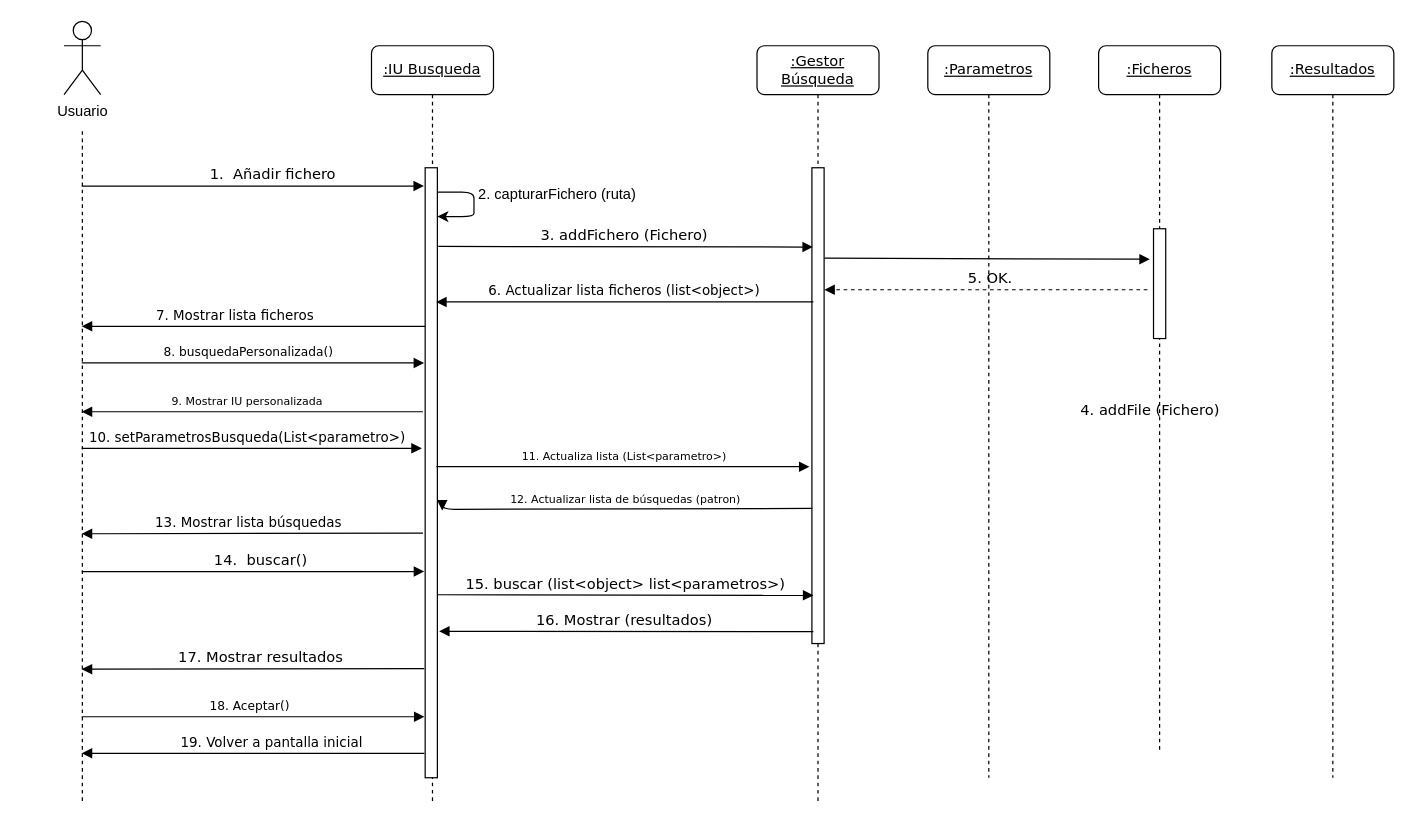
The draw.io diagram Sprint 1/caso uso hacer busqueda 1.drawio in DptoSIC/BuscaBOD, before the edit. Source tidied: cells renumbered, new cells numbered last; positions are measured from the earlier drawing's top-left corner, leaving out a move shared by most shapes. Both pictures are drawn from the tidied source at 122%, with x=0, y=0 at pixel (21, 21).
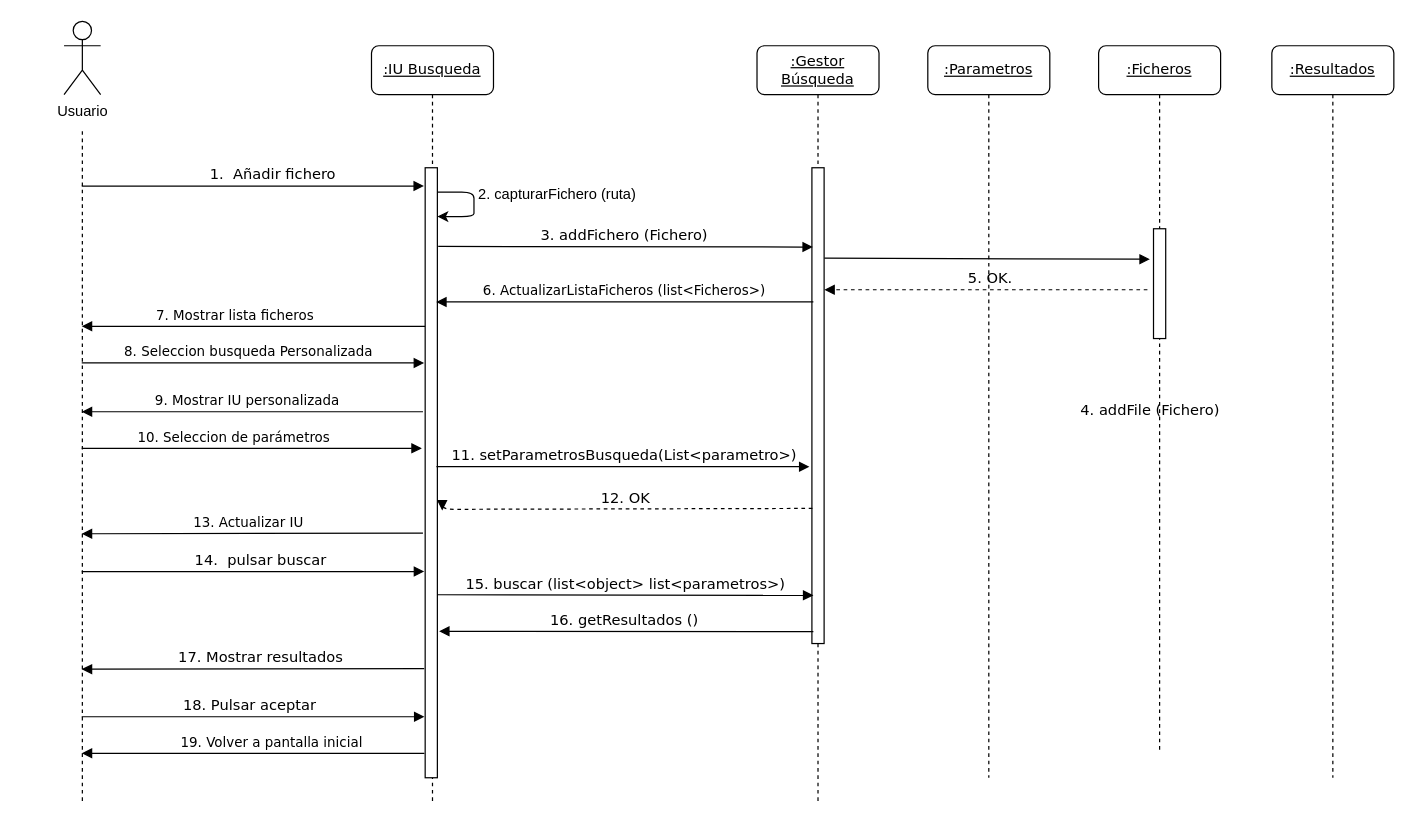
After the change.

Unchanged cells that the change refers to:
```xml
<mxCell id="3" style="html=1;points=[];perimeter=orthogonalPerimeter;rounded=0;shadow=0;comic=0;labelBackgroundColor=none;strokeColor=#000000;strokeWidth=1;fillColor=#FFFFFF;fontFamily=Verdana;fontSize=12;fontColor=#000000;align=center;" parent="2" vertex="1">
  <mxGeometry x="45" y="100" width="10" height="390" as="geometry" />
</mxCell>
<mxCell id="8" style="html=1;points=[];perimeter=orthogonalPerimeter;rounded=0;shadow=0;comic=0;labelBackgroundColor=none;strokeColor=#000000;strokeWidth=1;fillColor=#FFFFFF;fontFamily=Verdana;fontSize=12;fontColor=#000000;align=center;" parent="7" vertex="1">
  <mxGeometry x="44" y="100" width="10" height="500" as="geometry" />
</mxCell>
<mxCell id="16" style="shape=umlLifeline;perimeter=lifelinePerimeter;whiteSpace=wrap;html=1;outlineConnect=0;rounded=1;shadow=0;comic=0;labelBackgroundColor=none;strokeColor=#000000;strokeWidth=1;fillColor=#FFFFFF;fontFamily=Verdana;fontSize=12;fontColor=#000000;align=center;size=0;" parent="1" vertex="1">
  <mxGeometry y="90" width="100" height="550" as="geometry" />
</mxCell>
```

The edit, as a diff of the source:
```diff
@@
-    <mxCell id="14" value="&lt;font style=&quot;font-size: 11px&quot;&gt;6. Actualizar lista ficheros (list&amp;lt;object&amp;gt;)&lt;/font&gt;" style="html=1;verticalAlign=bottom;endArrow=block;labelBackgroundColor=none;fontFamily=Verdana;fontSize=12;edgeStyle=elbowEdgeStyle;elbow=vertical;exitX=0.12;exitY=0.282;exitDx=0;exitDy=0;exitPerimeter=0;entryX=0.9;entryY=0.22;entryDx=0;entryDy=0;entryPerimeter=0;" parent="1" edge="1" source="3" target="8">
+    <mxCell id="14" value="&lt;font style=&quot;font-size: 11px&quot;&gt;6. ActualizarListaFicheros (list&amp;lt;Ficheros&amp;gt;)&lt;/font&gt;" style="html=1;verticalAlign=bottom;endArrow=block;labelBackgroundColor=none;fontFamily=Verdana;fontSize=12;edgeStyle=elbowEdgeStyle;elbow=vertical;exitX=0.12;exitY=0.282;exitDx=0;exitDy=0;exitPerimeter=0;entryX=0.9;entryY=0.22;entryDx=0;entryDy=0;entryPerimeter=0;" parent="1" edge="1" source="3" target="8">
       <mxGeometry relative="1" as="geometry" />
     </mxCell>
@@
-    <mxCell id="18" value="14.&amp;nbsp; buscar()" style="html=1;verticalAlign=bottom;endArrow=block;labelBackgroundColor=none;fontFamily=Verdana;fontSize=12;edgeStyle=elbowEdgeStyle;elbow=vertical;entryX=-0.08;entryY=0.662;entryDx=0;entryDy=0;entryPerimeter=0;" parent="1" edge="1" source="16" target="8">
+    <mxCell id="18" value="14.&amp;nbsp; pulsar buscar" style="html=1;verticalAlign=bottom;endArrow=block;labelBackgroundColor=none;fontFamily=Verdana;fontSize=12;edgeStyle=elbowEdgeStyle;elbow=vertical;entryX=-0.08;entryY=0.662;entryDx=0;entryDy=0;entryPerimeter=0;" parent="1" edge="1" source="16" target="8">
       <mxGeometry x="0.82" y="-110" relative="1" as="geometry">
         <Array as="points">
           <mxPoint x="305" y="451" />
         </Array>
         <mxPoint x="-109" y="-110" as="offset" />
       </mxGeometry>
     </mxCell>
@@
-    <mxCell id="20" value="&lt;font style=&quot;font-size: 12px&quot;&gt;16. Mostrar (resultados)&lt;/font&gt;" style="html=1;verticalAlign=bottom;endArrow=block;labelBackgroundColor=none;fontFamily=Verdana;fontSize=12;edgeStyle=elbowEdgeStyle;elbow=vertical;exitX=0.12;exitY=0.975;exitDx=0;exitDy=0;exitPerimeter=0;entryX=1.14;entryY=0.759;entryDx=0;entryDy=0;entryPerimeter=0;" parent="1" edge="1" source="3" target="8">
+    <mxCell id="20" value="&lt;font style=&quot;font-size: 12px&quot;&gt;16. getResultados ()&lt;/font&gt;" style="html=1;verticalAlign=bottom;endArrow=block;labelBackgroundColor=none;fontFamily=Verdana;fontSize=12;edgeStyle=elbowEdgeStyle;elbow=vertical;exitX=0.12;exitY=0.975;exitDx=0;exitDy=0;exitPerimeter=0;entryX=1.14;entryY=0.759;entryDx=0;entryDy=0;entryPerimeter=0;" parent="1" edge="1" source="3" target="8">
       <mxGeometry x="0.01" relative="1" as="geometry" />
     </mxCell>
-    <mxCell id="21" value="&lt;font style=&quot;font-size: 10px&quot;&gt;8. busquedaPersonalizada()&lt;/font&gt;" style="html=1;verticalAlign=bottom;endArrow=block;labelBackgroundColor=none;fontFamily=Verdana;fontSize=12;edgeStyle=elbowEdgeStyle;elbow=vertical;entryX=-0.086;entryY=0.32;entryDx=0;entryDy=0;entryPerimeter=0;" parent="1" edge="1" source="16" target="8">
+    <mxCell id="21" value="&lt;font style=&quot;font-size: 11px&quot;&gt;8. Seleccion busqueda Personalizada&lt;/font&gt;" style="html=1;verticalAlign=bottom;endArrow=block;labelBackgroundColor=none;fontFamily=Verdana;fontSize=12;edgeStyle=elbowEdgeStyle;elbow=vertical;entryX=-0.086;entryY=0.32;entryDx=0;entryDy=0;entryPerimeter=0;" parent="1" edge="1" source="16" target="8">
       <mxGeometry x="0.82" y="-120" relative="1" as="geometry">
         <Array as="points">
           <mxPoint x="305" y="280" />
           <mxPoint x="310.5" y="280" />
           <mxPoint x="310.5" y="270" />
         </Array>
         <mxPoint x="-119" y="-120" as="offset" />
       </mxGeometry>
     </mxCell>
-    <mxCell id="22" value="&lt;font style=&quot;font-size: 9px&quot;&gt;9. Mostrar IU personalizada&lt;/font&gt;" style="html=1;verticalAlign=bottom;endArrow=block;labelBackgroundColor=none;fontFamily=Verdana;fontSize=12;edgeStyle=elbowEdgeStyle;elbow=vertical;exitX=-0.181;exitY=0.4;exitDx=0;exitDy=0;exitPerimeter=0;" parent="1" edge="1" source="8" target="16">
+    <mxCell id="22" value="&lt;font style=&quot;font-size: 11px&quot;&gt;9. Mostrar IU personalizada&lt;/font&gt;" style="html=1;verticalAlign=bottom;endArrow=block;labelBackgroundColor=none;fontFamily=Verdana;fontSize=12;edgeStyle=elbowEdgeStyle;elbow=vertical;exitX=-0.181;exitY=0.4;exitDx=0;exitDy=0;exitPerimeter=0;" parent="1" edge="1" source="8" target="16">
       <mxGeometry x="0.03" relative="1" as="geometry" />
     </mxCell>
-    <mxCell id="23" value="&lt;font style=&quot;font-size: 11px&quot;&gt;10. setParametrosBusqueda(List&amp;lt;parametro&amp;gt;)&lt;br&gt;&lt;/font&gt;" style="html=1;verticalAlign=bottom;endArrow=block;labelBackgroundColor=none;fontFamily=Verdana;fontSize=12;edgeStyle=elbowEdgeStyle;elbow=vertical;entryX=-0.276;entryY=0.461;entryDx=0;entryDy=0;entryPerimeter=0;" parent="1" edge="1" source="16" target="8">
-      <mxGeometry x="1" y="-143" relative="1" as="geometry">
+    <mxCell id="23" value="&lt;font style=&quot;font-size: 11px&quot;&gt;10. Seleccion de parámetros&lt;br&gt;&lt;/font&gt;" style="html=1;verticalAlign=bottom;endArrow=block;labelBackgroundColor=none;fontFamily=Verdana;fontSize=12;edgeStyle=elbowEdgeStyle;elbow=vertical;entryX=-0.276;entryY=0.461;entryDx=0;entryDy=0;entryPerimeter=0;" parent="1" edge="1" source="16" target="8">
+      <mxGeometry x="1" y="-154" relative="1" as="geometry">
         <Array as="points">
           <mxPoint x="305" y="350" />
           <mxPoint x="335" y="351" />
           <mxPoint x="330.5" y="340" />
         </Array>
       </mxGeometry>
     </mxCell>
-    <mxCell id="24" value="&lt;font style=&quot;font-size: 9px&quot;&gt;11. Actualiza lista (List&amp;lt;parametro&amp;gt;)&lt;/font&gt;" style="html=1;verticalAlign=bottom;endArrow=block;labelBackgroundColor=none;fontFamily=Verdana;fontSize=12;edgeStyle=elbowEdgeStyle;elbow=vertical;entryX=-0.2;entryY=0.628;entryDx=0;entryDy=0;entryPerimeter=0;exitX=0.924;exitY=0.49;exitDx=0;exitDy=0;exitPerimeter=0;" parent="1" edge="1" source="8" target="3">
+    <mxCell id="24" value="&lt;font&gt;11. setParametrosBusqueda(List&amp;lt;parametro&amp;gt;)&lt;/font&gt;" style="html=1;verticalAlign=bottom;endArrow=block;labelBackgroundColor=none;fontFamily=Verdana;fontSize=12;edgeStyle=elbowEdgeStyle;elbow=vertical;entryX=-0.2;entryY=0.628;entryDx=0;entryDy=0;entryPerimeter=0;exitX=0.924;exitY=0.49;exitDx=0;exitDy=0;exitPerimeter=0;" parent="1" edge="1" source="8" target="3">
       <mxGeometry x="0.01" relative="1" as="geometry">
         <Array as="points">
           <mxPoint x="505.5" y="365" />
           <mxPoint x="501" y="354" />
         </Array>
       </mxGeometry>
     </mxCell>
-    <mxCell id="25" value="&lt;font style=&quot;font-size: 9px&quot;&gt;12. Actualizar lista de búsquedas (patron)&lt;/font&gt;" style="html=1;verticalAlign=bottom;endArrow=block;labelBackgroundColor=none;fontFamily=Verdana;fontSize=12;edgeStyle=elbowEdgeStyle;elbow=vertical;exitX=0.04;exitY=0.716;exitDx=0;exitDy=0;exitPerimeter=0;entryX=1.4;entryY=0.562;entryDx=0;entryDy=0;entryPerimeter=0;" parent="1" edge="1" source="3" target="8">
+    <mxCell id="25" value="12. OK" style="html=1;verticalAlign=bottom;endArrow=block;labelBackgroundColor=none;fontFamily=Verdana;fontSize=12;edgeStyle=elbowEdgeStyle;elbow=vertical;exitX=0.04;exitY=0.716;exitDx=0;exitDy=0;exitPerimeter=0;entryX=1.4;entryY=0.562;entryDx=0;entryDy=0;entryPerimeter=0;dashed=1;" parent="1" edge="1" source="3" target="8">
       <mxGeometry x="0.01" relative="1" as="geometry" />
     </mxCell>
@@
-    <mxCell id="27" value="&lt;font style=&quot;font-size: 11px&quot;&gt;13. Mostrar lista búsquedas&lt;/font&gt;" style="html=1;verticalAlign=bottom;endArrow=block;labelBackgroundColor=none;fontFamily=Verdana;fontSize=12;edgeStyle=elbowEdgeStyle;elbow=vertical;exitX=-0.181;exitY=0.599;exitDx=0;exitDy=0;exitPerimeter=0;" parent="1" edge="1" source="8" target="16">
+    <mxCell id="27" value="&lt;font style=&quot;font-size: 11px&quot;&gt;13. Actualizar IU&lt;br&gt;&lt;/font&gt;" style="html=1;verticalAlign=bottom;endArrow=block;labelBackgroundColor=none;fontFamily=Verdana;fontSize=12;edgeStyle=elbowEdgeStyle;elbow=vertical;exitX=-0.181;exitY=0.599;exitDx=0;exitDy=0;exitPerimeter=0;" parent="1" edge="1" source="8" target="16">
       <mxGeometry x="0.03" relative="1" as="geometry" />
     </mxCell>
@@
-    <mxCell id="29" value="&lt;font style=&quot;font-size: 10px&quot;&gt;18. Aceptar()&lt;br&gt;&lt;/font&gt;" style="html=1;verticalAlign=bottom;endArrow=block;labelBackgroundColor=none;fontFamily=Verdana;fontSize=12;edgeStyle=elbowEdgeStyle;elbow=vertical;entryX=-0.058;entryY=0.9;entryDx=0;entryDy=0;entryPerimeter=0;" parent="1" edge="1" source="16" target="8">
+    <mxCell id="29" value="18. Pulsar aceptar" style="html=1;verticalAlign=bottom;endArrow=block;labelBackgroundColor=none;fontFamily=Verdana;fontSize=12;edgeStyle=elbowEdgeStyle;elbow=vertical;entryX=-0.058;entryY=0.9;entryDx=0;entryDy=0;entryPerimeter=0;" parent="1" edge="1" source="16" target="8">
       <mxGeometry x="0.18" y="-30" relative="1" as="geometry">
         <mxPoint x="-29" y="-30" as="offset" />
       </mxGeometry>
     </mxCell>
```
